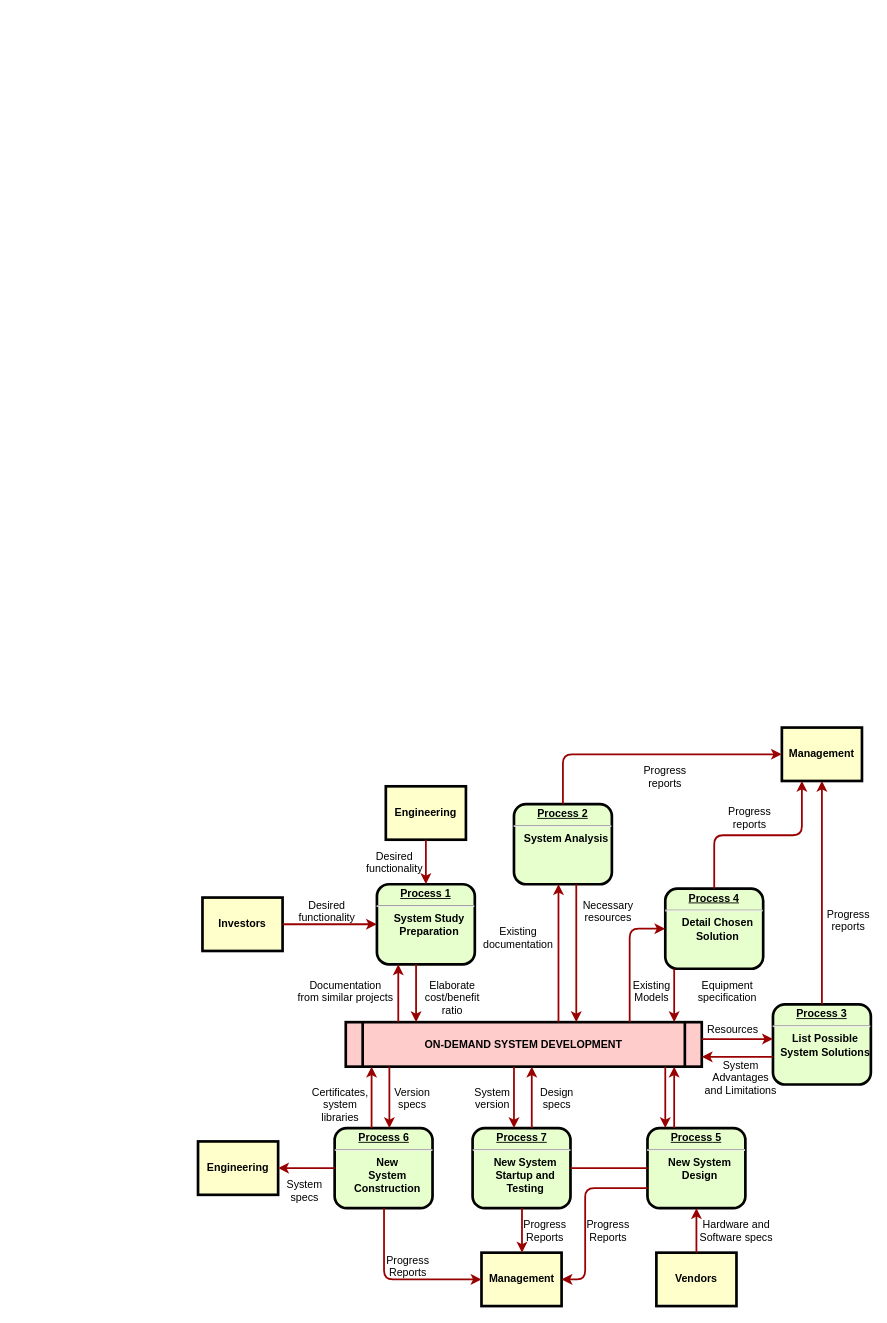
tinhthanh/tinhthanh.github.io keeps this draw.io diagram as iframe/Biểu đồ không có tiêu đề.drawio. Above is the earlier version. Source tidied: cells renumbered, new cells numbered last; positions are measured from the earlier drawing's top-left corner, leaving out a move shared by most shapes. Both pictures are drawn from the tidied source at 89%, with x=0, y=0 at pixel (198, 727).
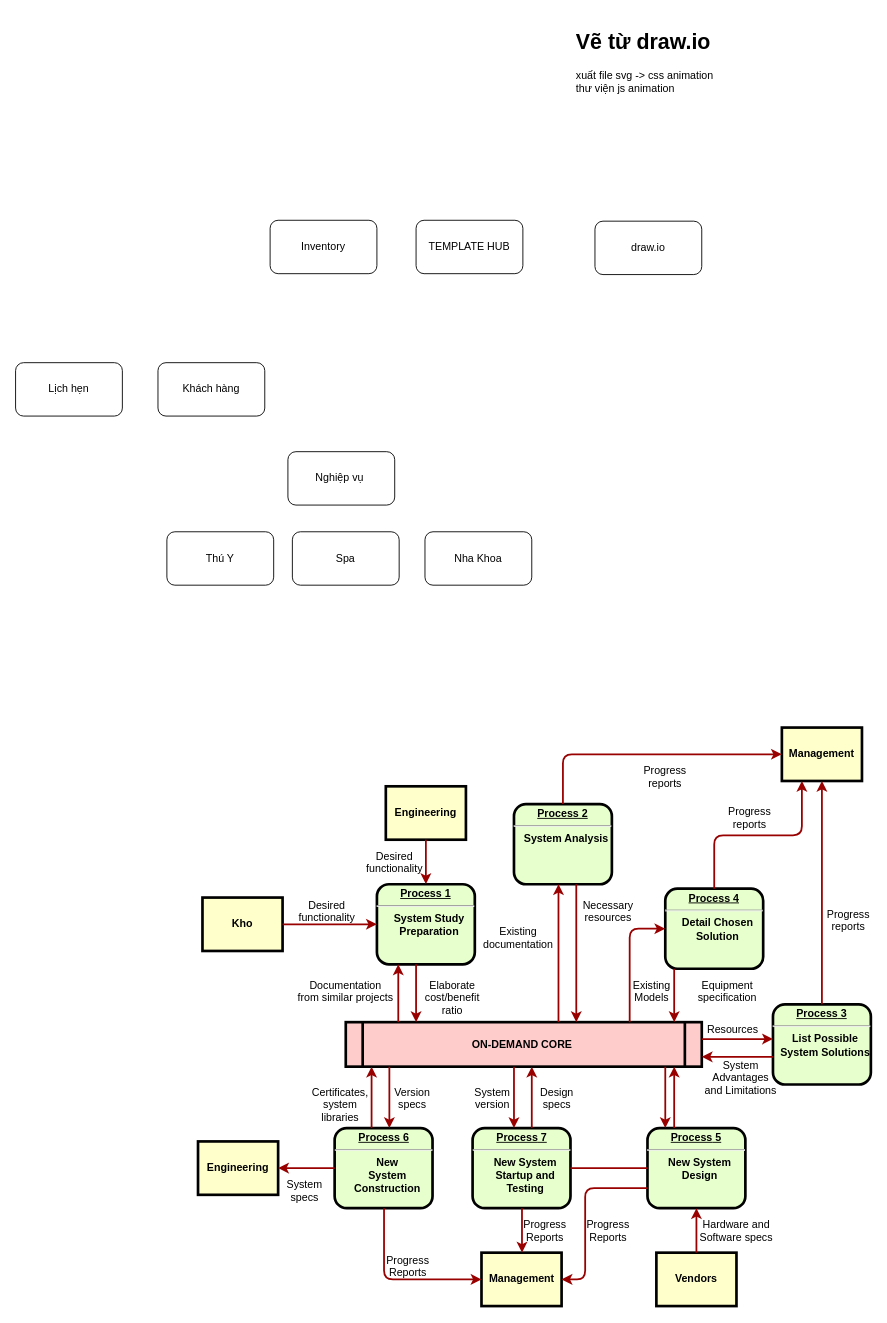
After the change.

Commit message:
Cập nhật Biểu đồ không có tiêu đề.drawio

What changed in the source:
```diff
@@
-    <mxCell id="4" value="Investors" style="whiteSpace=wrap;align=center;verticalAlign=middle;fontStyle=1;strokeWidth=3;fillColor=#FFFFCC;" parent="1" vertex="1">
+    <mxCell id="4" value="Kho" style="whiteSpace=wrap;align=center;verticalAlign=middle;fontStyle=1;strokeWidth=3;fillColor=#FFFFCC;" parent="1" vertex="1">
       <mxGeometry x="5" y="191" width="90" height="60" as="geometry" />
     </mxCell>
-    <mxCell id="5" value="ON-DEMAND SYSTEM DEVELOPMENT" style="shape=process;whiteSpace=wrap;align=center;verticalAlign=middle;size=0.0475;fontStyle=1;strokeWidth=3;fillColor=#FFCCCC;" parent="1" vertex="1">
+    <mxCell id="5" value="ON-DEMAND CORE " style="shape=process;whiteSpace=wrap;align=center;verticalAlign=middle;size=0.0475;fontStyle=1;strokeWidth=3;fillColor=#FFCCCC;" parent="1" vertex="1">
       <mxGeometry x="166" y="331" width="400" height="50" as="geometry" />
     </mxCell>
@@
+    <mxCell id="63" value="Nghiệp vụ&amp;nbsp;" style="rounded=1;whiteSpace=wrap;html=1;" parent="1" vertex="1">
+      <mxGeometry x="101" y="-310" width="120" height="60" as="geometry" />
+    </mxCell>
+    <mxCell id="64" value="TEMPLATE HUB" style="rounded=1;whiteSpace=wrap;html=1;" parent="1" vertex="1">
+      <mxGeometry x="245" y="-570" width="120" height="60" as="geometry" />
+    </mxCell>
+    <mxCell id="65" value="draw.io" style="rounded=1;whiteSpace=wrap;html=1;" parent="1" vertex="1">
+      <mxGeometry x="446" y="-569" width="120" height="60" as="geometry" />
+    </mxCell>
+    <mxCell id="66" value="&lt;h1&gt;Vẽ từ draw.io&amp;nbsp;&lt;/h1&gt;&lt;p&gt;xuất file svg -&amp;gt; css animation&lt;br&gt;thư viện js animation&lt;br&gt;&lt;br&gt;&lt;/p&gt;" style="text;html=1;strokeColor=none;fillColor=none;spacing=5;spacingTop=-20;whiteSpace=wrap;overflow=hidden;rounded=0;" parent="1" vertex="1">
+      <mxGeometry x="420" y="-790" width="190" height="120" as="geometry" />
+    </mxCell>
+    <mxCell id="67" value="Inventory" style="rounded=1;whiteSpace=wrap;html=1;" parent="1" vertex="1">
+      <mxGeometry x="81" y="-570" width="120" height="60" as="geometry" />
+    </mxCell>
+    <mxCell id="68" value="Khách hàng" style="rounded=1;whiteSpace=wrap;html=1;" parent="1" vertex="1">
+      <mxGeometry x="-45" y="-410" width="120" height="60" as="geometry" />
+    </mxCell>
+    <mxCell id="69" value="Lịch hẹn" style="rounded=1;whiteSpace=wrap;html=1;" parent="1" vertex="1">
+      <mxGeometry x="-205" y="-410" width="120" height="60" as="geometry" />
+    </mxCell>
+    <mxCell id="70" value="Thú Y" style="rounded=1;whiteSpace=wrap;html=1;" parent="1" vertex="1">
+      <mxGeometry x="-35" y="-220" width="120" height="60" as="geometry" />
+    </mxCell>
+    <mxCell id="71" value="Spa" style="rounded=1;whiteSpace=wrap;html=1;" parent="1" vertex="1">
+      <mxGeometry x="106" y="-220" width="120" height="60" as="geometry" />
+    </mxCell>
+    <mxCell id="72" value="Nha Khoa" style="rounded=1;whiteSpace=wrap;html=1;" parent="1" vertex="1">
+      <mxGeometry x="255" y="-220" width="120" height="60" as="geometry" />
+    </mxCell>
```
